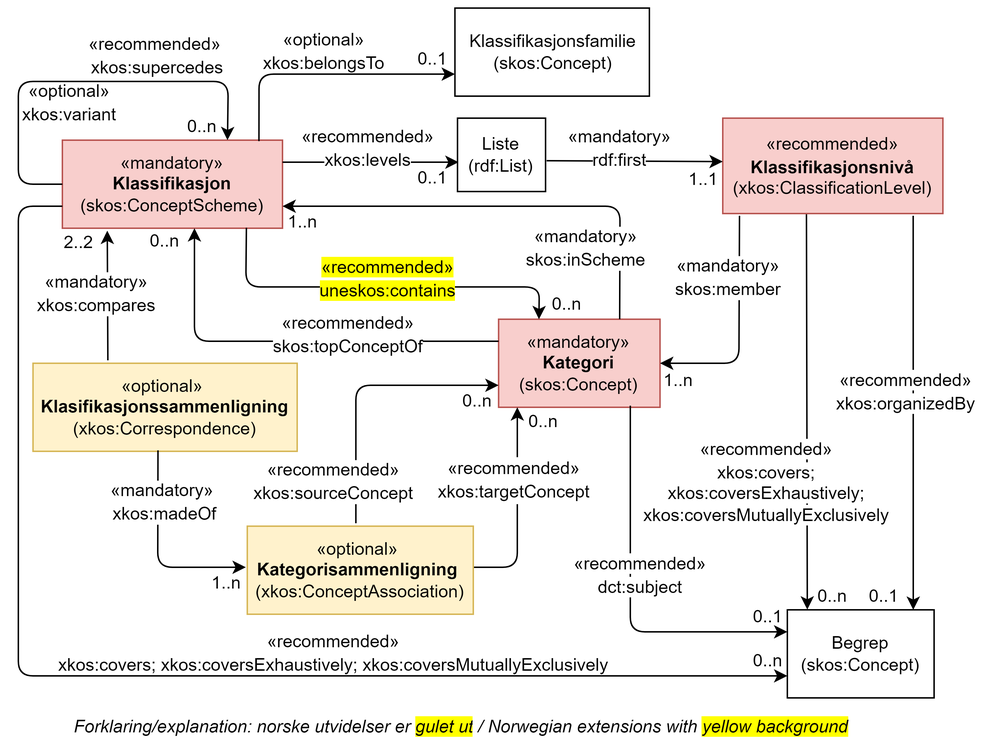
Before: docs/images/ForenkletModell-XKOS-AP-NO.png, a diagram exported from draw.io (Informasjonsforvaltning/xkos-ap-no). Source tidied: cells renumbered, new cells last; positions are measured from the earlier drawing's top-left corner, leaving out a move shared by most shapes.
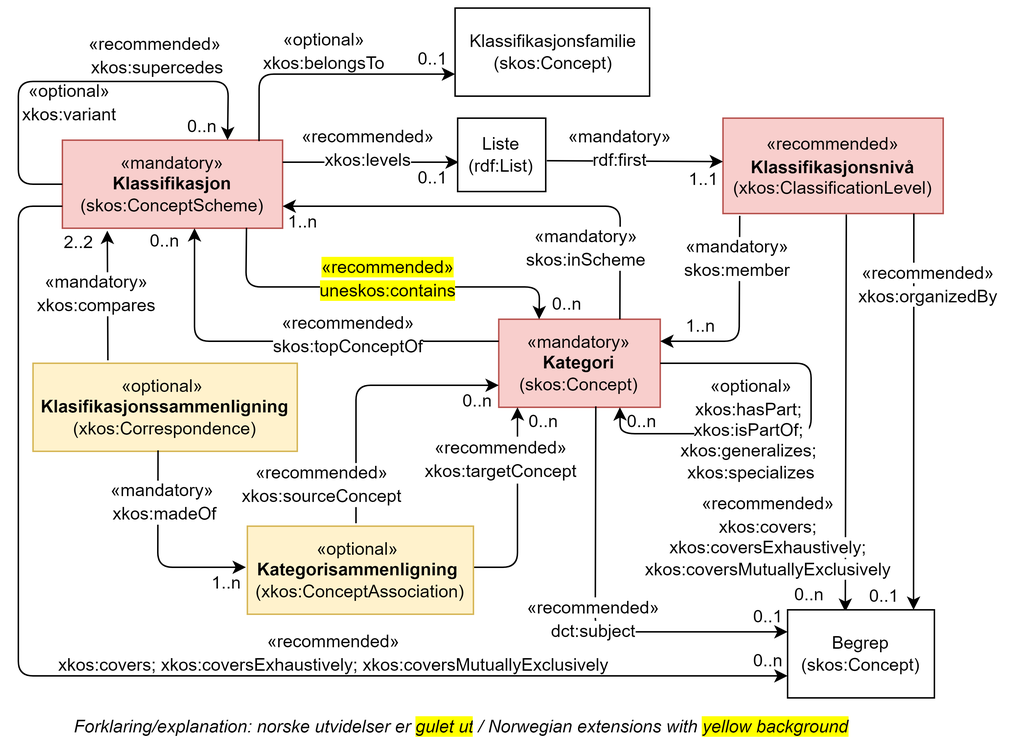
The same diagram one commit later.

What changed in the source:
```diff
@@ -2,10 +2,8 @@
   <root>
     <mxCell id="0" />
     <mxCell id="1" parent="0" />
-    <mxCell id="2" style="endArrow=classic;html=1;entryX=0.136;entryY=-0.003;entryDx=0;entryDy=0;entryPerimeter=0;fontFamily=Helvetica;fontSize=12;" parent="1" edge="1" target="27">
-      <mxGeometry relative="1" as="geometry">
-        <mxPoint x="537" y="130" as="sourcePoint" />
-      </mxGeometry>
+    <mxCell id="2" style="endArrow=classic;html=1;entryX=0.393;entryY=0.022;entryDx=0;entryDy=0;entryPerimeter=0;fontFamily=Helvetica;fontSize=12;exitX=0.56;exitY=1.01;exitDx=0;exitDy=0;exitPerimeter=0;" parent="1" edge="1" source="4" target="27">
+      <mxGeometry relative="1" as="geometry" />
     </mxCell>
     <mxCell id="3" value="&lt;span style=&quot;font-size: 12px; line-height: 107%;&quot;&gt;«mandatory&lt;/span&gt;&lt;span style=&quot;font-size: 12px; line-height: 107%;&quot;&gt;»&lt;/span&gt;&lt;br style=&quot;font-size: 12px;&quot;&gt;&lt;b style=&quot;font-size: 12px;&quot;&gt;Klassifikasjon&lt;/b&gt;&lt;br style=&quot;font-size: 12px;&quot;&gt;(skos:ConceptScheme)" style="rounded=0;whiteSpace=wrap;html=1;fillColor=#f8cecc;strokeColor=#b85450;fontFamily=Helvetica;fontSize=12;" parent="1" vertex="1">
       <mxGeometry x="30" y="90" width="150" height="60" as="geometry" />
@@ -41,7 +39,7 @@
       <mxGeometry x="327.2" y="212" width="110" height="60" as="geometry" />
     </mxCell>
     <mxCell id="12" value="1..n" style="text;html=1;strokeColor=none;fillColor=none;align=center;verticalAlign=middle;whiteSpace=wrap;rounded=0;rotation=0;fontFamily=Helvetica;fontSize=12;" parent="1" vertex="1">
-      <mxGeometry x="435" y="247" width="30" height="14" as="geometry" />
+      <mxGeometry x="450" y="210" width="30" height="14" as="geometry" />
     </mxCell>
     <mxCell id="13" style="endArrow=classic;html=1;exitX=0.75;exitY=0;exitDx=0;exitDy=0;entryX=1;entryY=0.75;entryDx=0;entryDy=0;fontFamily=Helvetica;fontSize=12;" parent="1" edge="1" source="11" target="3">
       <mxGeometry relative="1" as="geometry">
@@ -116,20 +114,20 @@
       <mxGeometry x="20" y="430" width="390" height="20" as="geometry" />
     </mxCell>
     <mxCell id="30" value="&lt;span style=&quot;background-color: rgb(255, 255, 255); font-size: 12px;&quot;&gt;&lt;span style=&quot;font-size: 12px; line-height: 15.6933px;&quot;&gt;«recommended&lt;/span&gt;&lt;span style=&quot;font-size: 12px; line-height: 15.6933px;&quot;&gt;»&lt;br style=&quot;font-size: 12px;&quot;&gt;&lt;/span&gt;xkos:covers; xkos:coversExhaustively; xkos:coversMutuallyExclusively&lt;br style=&quot;font-size: 12px;&quot;&gt;&lt;/span&gt;" style="text;html=1;align=center;verticalAlign=middle;whiteSpace=wrap;rounded=0;fillColor=none;fontFamily=Helvetica;fontSize=12;" parent="1" vertex="1">
-      <mxGeometry x="420" y="293" width="180" height="60" as="geometry" />
+      <mxGeometry x="421" y="330" width="180" height="60" as="geometry" />
     </mxCell>
     <mxCell id="31" value="0..n" style="text;html=1;strokeColor=none;fillColor=none;align=center;verticalAlign=middle;whiteSpace=wrap;rounded=0;fontFamily=Helvetica;fontSize=12;" parent="1" vertex="1">
-      <mxGeometry x="540" y="391" width="30" height="20" as="geometry" />
+      <mxGeometry x="524" y="390" width="30" height="20" as="geometry" />
     </mxCell>
-    <mxCell id="32" style="endArrow=classic;html=1;entryX=0;entryY=0.25;entryDx=0;entryDy=0;exitX=0.816;exitY=0.982;exitDx=0;exitDy=0;exitPerimeter=0;fontFamily=Helvetica;fontSize=12;" parent="1" edge="1" source="11" target="27">
+    <mxCell id="32" style="endArrow=classic;html=1;entryX=0;entryY=0.25;entryDx=0;entryDy=0;exitX=0.601;exitY=0.989;exitDx=0;exitDy=0;exitPerimeter=0;fontFamily=Helvetica;fontSize=12;" parent="1" edge="1" source="11" target="27">
       <mxGeometry relative="1" as="geometry">
         <Array as="points">
-          <mxPoint x="417" y="425" />
+          <mxPoint x="393" y="425" />
         </Array>
       </mxGeometry>
     </mxCell>
     <mxCell id="33" value="&lt;span style=&quot;background-color: rgb(255, 255, 255); font-size: 12px;&quot;&gt;&lt;span style=&quot;font-size: 12px; line-height: 15.6933px;&quot;&gt;«recommended&lt;/span&gt;&lt;span style=&quot;font-size: 12px; line-height: 15.6933px;&quot;&gt;»&lt;/span&gt;&lt;br style=&quot;font-size: 12px;&quot;&gt;dct:subject&lt;/span&gt;" style="text;html=1;align=center;verticalAlign=middle;whiteSpace=wrap;rounded=0;fillColor=none;fontFamily=Helvetica;fontSize=12;" parent="1" vertex="1">
-      <mxGeometry x="359.2" y="372" width="130" height="30" as="geometry" />
+      <mxGeometry x="327.2" y="402" width="130" height="30" as="geometry" />
     </mxCell>
     <mxCell id="34" value="0..1" style="text;html=1;strokeColor=none;fillColor=none;align=center;verticalAlign=middle;whiteSpace=wrap;rounded=0;rotation=0;fontFamily=Helvetica;fontSize=12;" parent="1" vertex="1">
       <mxGeometry x="491" y="405" width="40" height="20" as="geometry" />
@@ -159,7 +157,7 @@
       </mxGeometry>
     </mxCell>
     <mxCell id="39" value="&lt;span style=&quot;font-size: 12px; line-height: 15.6933px;&quot;&gt;«recommended&lt;/span&gt;&lt;span style=&quot;font-size: 12px; line-height: 15.6933px;&quot;&gt;»&lt;/span&gt;&lt;br style=&quot;font-size: 12px;&quot;&gt;xkos:sourceConcept" style="text;html=1;align=center;verticalAlign=middle;whiteSpace=wrap;rounded=0;fillColor=#ffffff;fontFamily=Helvetica;fontSize=12;" parent="1" vertex="1">
-      <mxGeometry x="160" y="308" width="110" height="30" as="geometry" />
+      <mxGeometry x="152" y="310" width="110" height="30" as="geometry" />
     </mxCell>
     <mxCell id="40" value="0..n" style="text;html=1;strokeColor=none;fillColor=none;align=center;verticalAlign=middle;whiteSpace=wrap;rounded=0;rotation=0;fontFamily=Helvetica;fontSize=12;" parent="1" vertex="1">
       <mxGeometry x="299.2" y="258" width="28" height="20" as="geometry" />
@@ -173,7 +171,7 @@
       </mxGeometry>
     </mxCell>
     <mxCell id="42" value="&lt;span style=&quot;font-size: 12px; line-height: 15.6933px;&quot;&gt;«recommended&lt;/span&gt;&lt;span style=&quot;font-size: 12px; line-height: 15.6933px;&quot;&gt;»&lt;/span&gt;&lt;br style=&quot;font-size: 12px;&quot;&gt;xkos:targetConcept" style="text;html=1;align=center;verticalAlign=middle;whiteSpace=wrap;rounded=0;fillColor=#ffffff;fontFamily=Helvetica;fontSize=12;" parent="1" vertex="1">
-      <mxGeometry x="286" y="306" width="104" height="32" as="geometry" />
+      <mxGeometry x="277.2" y="292" width="104" height="32" as="geometry" />
     </mxCell>
     <mxCell id="43" value="0..n" style="text;html=1;strokeColor=none;fillColor=none;align=center;verticalAlign=middle;whiteSpace=wrap;rounded=0;rotation=0;fontFamily=Helvetica;fontSize=12;" parent="1" vertex="1">
       <mxGeometry x="340" y="272" width="35.8" height="20" as="geometry" />
@@ -200,24 +198,26 @@
     <mxCell id="49" value="0..1" style="text;html=1;strokeColor=none;fillColor=none;align=center;verticalAlign=middle;whiteSpace=wrap;rounded=0;fontFamily=Helvetica;fontSize=12;" parent="1" vertex="1">
       <mxGeometry x="265" y="25" width="35" height="20" as="geometry" />
     </mxCell>
-    <mxCell id="50" style="endArrow=classic;html=1;entryX=1;entryY=0.5;entryDx=0;entryDy=0;exitX=0.076;exitY=1.023;exitDx=0;exitDy=0;exitPerimeter=0;fontFamily=Helvetica;fontSize=12;" parent="1" edge="1" source="4" target="11">
+    <mxCell id="50" style="endArrow=classic;html=1;entryX=1;entryY=0.25;entryDx=0;entryDy=0;exitX=0.076;exitY=1.023;exitDx=0;exitDy=0;exitPerimeter=0;fontFamily=Helvetica;fontSize=12;" parent="1" edge="1" source="4" target="11">
       <mxGeometry relative="1" as="geometry">
         <Array as="points">
-          <mxPoint x="491" y="242" />
+          <mxPoint x="491" y="227" />
         </Array>
       </mxGeometry>
     </mxCell>
     <mxCell id="51" value="&lt;span style=&quot;font-size: 12px; line-height: 15.6933px;&quot;&gt;«mandatory&lt;/span&gt;&lt;span style=&quot;font-size: 12px; line-height: 15.6933px;&quot;&gt;»&lt;/span&gt;&lt;br style=&quot;font-size: 12px;&quot;&gt;skos:member" style="text;html=1;align=center;verticalAlign=middle;whiteSpace=wrap;rounded=0;fillColor=#ffffff;fontFamily=Helvetica;fontSize=12;" parent="1" vertex="1">
-      <mxGeometry x="444" y="169" width="80" height="30" as="geometry" />
+      <mxGeometry x="450" y="156" width="80" height="30" as="geometry" />
     </mxCell>
-    <mxCell id="52" style="endArrow=classic;html=1;exitX=0.865;exitY=1.023;exitDx=0;exitDy=0;exitPerimeter=0;entryX=0.858;entryY=0;entryDx=0;entryDy=0;entryPerimeter=0;fontFamily=Helvetica;fontSize=12;" parent="1" edge="1" source="4" target="27">
-      <mxGeometry relative="1" as="geometry" />
+    <mxCell id="52" style="endArrow=classic;html=1;entryX=0.858;entryY=0;entryDx=0;entryDy=0;entryPerimeter=0;fontFamily=Helvetica;fontSize=12;" parent="1" edge="1" target="27">
+      <mxGeometry relative="1" as="geometry">
+        <mxPoint x="610" y="140" as="sourcePoint" />
+      </mxGeometry>
     </mxCell>
     <mxCell id="53" value="0..1" style="text;html=1;strokeColor=none;fillColor=none;align=center;verticalAlign=middle;whiteSpace=wrap;rounded=0;fontFamily=Helvetica;fontSize=12;" parent="1" vertex="1">
       <mxGeometry x="580" y="391" width="20" height="20" as="geometry" />
     </mxCell>
     <mxCell id="54" value="&lt;span style=&quot;background-color: rgb(255, 255, 255); font-size: 12px;&quot;&gt;&lt;span style=&quot;font-size: 12px; line-height: 15.6933px;&quot;&gt;«recommended&lt;/span&gt;&lt;span style=&quot;font-size: 12px; line-height: 15.6933px;&quot;&gt;»&lt;br style=&quot;font-size: 12px;&quot;&gt;&lt;/span&gt;xkos:organizedBy&lt;/span&gt;" style="text;html=1;align=center;verticalAlign=middle;whiteSpace=wrap;rounded=0;fillColor=none;fontFamily=Helvetica;fontSize=12;" parent="1" vertex="1">
-      <mxGeometry x="550" y="242" width="110" height="40" as="geometry" />
+      <mxGeometry x="570" y="169" width="100" height="40" as="geometry" />
     </mxCell>
     <mxCell id="55" style="endArrow=classic;html=1;exitX=0.836;exitY=0.994;exitDx=0;exitDy=0;fontFamily=Helvetica;fontSize=12;entryX=0.25;entryY=0;entryDx=0;entryDy=0;exitPerimeter=0;" parent="1" edge="1" source="3" target="11">
       <mxGeometry relative="1" as="geometry">
@@ -239,5 +239,20 @@
     <mxCell id="59" value="&lt;span style=&quot;line-height: 12.84px&quot;&gt;«optional&lt;/span&gt;&lt;span style=&quot;line-height: 12.84px&quot;&gt;»&amp;nbsp;&lt;/span&gt;&lt;br&gt;&lt;b&gt;Kategorisammenligning&amp;nbsp;&lt;/b&gt;&lt;br&gt;(xkos:ConceptAssociation)" style="rounded=0;whiteSpace=wrap;html=1;fillColor=#fff2cc;strokeColor=#d6b656;fontFamily=Helvetica;fontSize=12;" parent="1" vertex="1">
       <mxGeometry x="156" y="353" width="154" height="60" as="geometry" />
     </mxCell>
+    <mxCell id="60" style="endArrow=classic;html=1;entryX=0.75;entryY=1;entryDx=0;entryDy=0;exitX=1;exitY=0.5;exitDx=0;exitDy=0;fontFamily=Helvetica;fontSize=12;" parent="1" edge="1" source="11" target="11">
+      <mxGeometry relative="1" as="geometry">
+        <Array as="points">
+          <mxPoint x="540" y="242" />
+          <mxPoint x="540" y="290" />
+          <mxPoint x="410" y="290" />
+        </Array>
+      </mxGeometry>
+    </mxCell>
+    <mxCell id="61" value="0..n" style="text;html=1;strokeColor=none;fillColor=none;align=center;verticalAlign=middle;whiteSpace=wrap;rounded=0;rotation=0;fontFamily=Helvetica;fontSize=12;" parent="1" vertex="1">
+      <mxGeometry x="410" y="275" width="30" height="14" as="geometry" />
+    </mxCell>
+    <mxCell id="62" value="&lt;span style=&quot;font-size: 12px&quot;&gt;&lt;span style=&quot;background-color: rgb(255 , 255 , 255)&quot;&gt;&lt;span style=&quot;font-size: 12px ; line-height: 15.6933px&quot;&gt;«optional&lt;/span&gt;&lt;span style=&quot;font-size: 12px ; line-height: 15.6933px&quot;&gt;»&lt;br style=&quot;font-size: 12px&quot;&gt;&lt;/span&gt;xkos:hasPart;&amp;nbsp;&lt;br&gt;xkos:isPartOf;&amp;nbsp;&lt;br&gt;xkos:generalizes;&amp;nbsp;&lt;br&gt;xkos:specializes&lt;/span&gt;&lt;br&gt;&lt;/span&gt;" style="text;html=1;strokeColor=none;fillColor=none;align=center;verticalAlign=middle;whiteSpace=wrap;rounded=0;fontFamily=Helvetica;fontSize=12;" parent="1" vertex="1">
+      <mxGeometry x="457.2" y="252" width="85" height="70" as="geometry" />
+    </mxCell>
   </root>
 </mxGraphModel>
```
